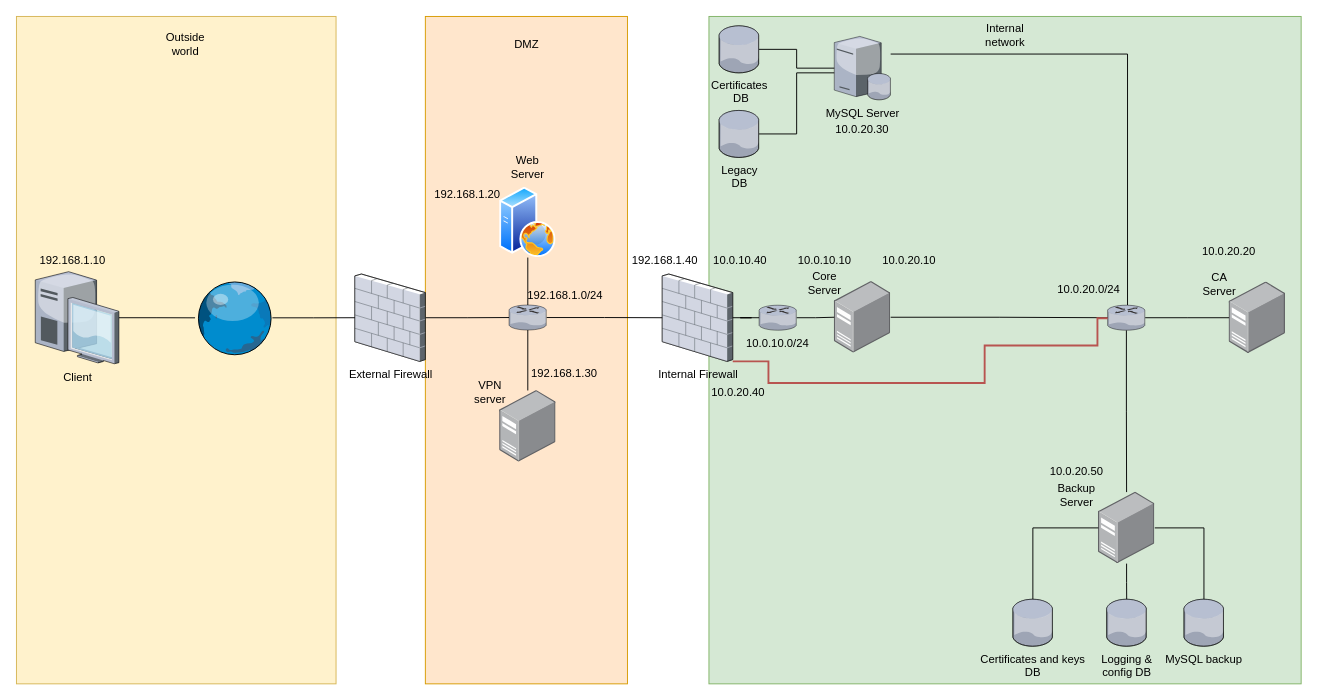
Earlier version of the draw.io diagram doc/network_plan/sketch_network.drawio (ManuelMeinen/Applied-Security-Lab). Source tidied: cells renumbered, new cells numbered last; positions are measured from the earlier drawing's top-left corner, leaving out a move shared by most shapes. Both pictures are drawn from the tidied source at 94%, with x=0, y=0 at pixel (16, 16).
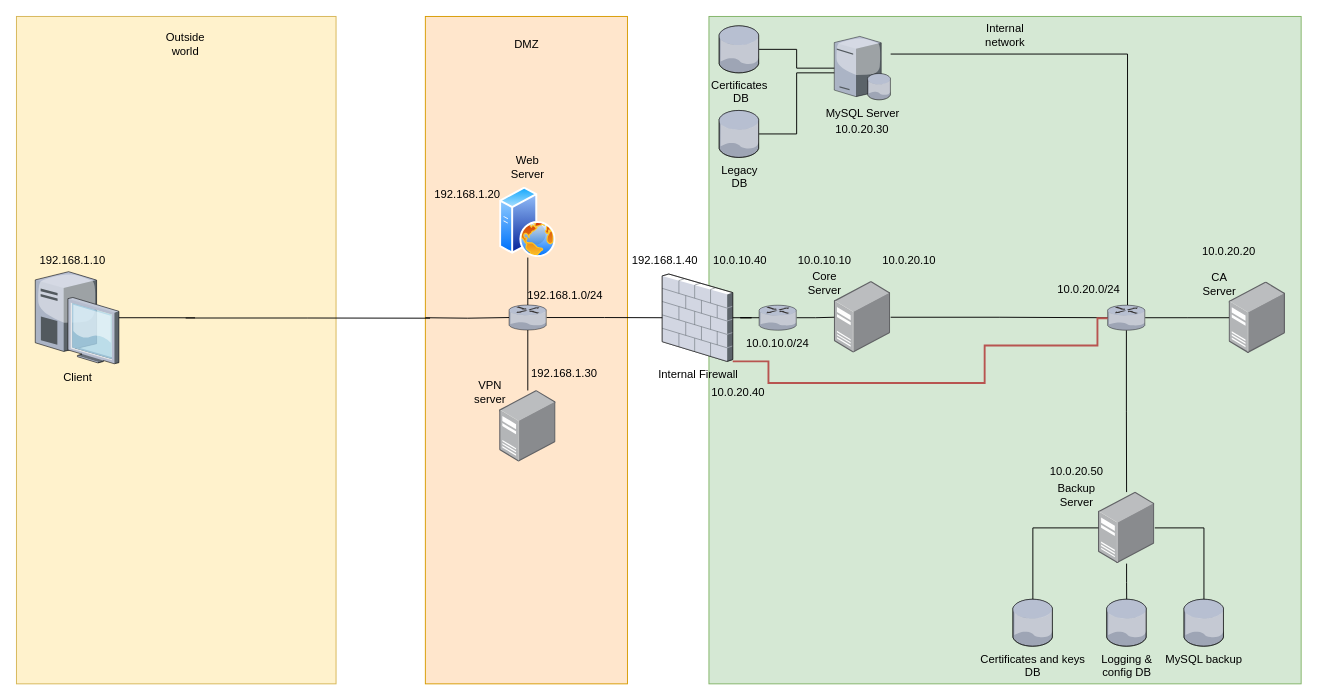
The same page after the edit.

The change refers to these unchanged cells:
```xml
<mxCell id="6" value="Client" style="verticalLabelPosition=bottom;html=1;verticalAlign=top;strokeColor=none;align=center;outlineConnect=0;shape=mxgraph.citrix.desktop;" parent="1" vertex="1">
  <mxGeometry x="20" y="271.5" width="89" height="98" as="geometry" />
</mxCell>
<mxCell id="55" style="verticalLabelPosition=bottom;html=1;verticalAlign=top;strokeColor=none;align=center;outlineConnect=0;shape=mxgraph.citrix.router;" parent="1" vertex="1">
  <mxGeometry x="524" y="307" width="40" height="26.6" as="geometry" />
</mxCell>
```

The edit, as a diff of the source:
```diff
@@
-    <mxCell id="5" style="edgeStyle=orthogonalEdgeStyle;rounded=0;jettySize=auto;html=1;endArrow=none;endFill=0;" parent="1" edge="1" source="6" target="23">
-      <mxGeometry relative="1" as="geometry" />
+    <mxCell id="5" style="edgeStyle=orthogonalEdgeStyle;rounded=0;jettySize=auto;html=1;endArrow=none;endFill=0;" parent="1" edge="1" source="6">
+      <mxGeometry relative="1" as="geometry">
+        <mxPoint x="190" y="320.6" as="targetPoint" />
+      </mxGeometry>
     </mxCell>
@@
-    <mxCell id="7" style="edgeStyle=orthogonalEdgeStyle;rounded=0;jettySize=auto;html=1;endArrow=none;endFill=0;" parent="1" edge="1" source="8" target="55">
-      <mxGeometry relative="1" as="geometry" />
+    <mxCell id="7" style="edgeStyle=orthogonalEdgeStyle;rounded=0;jettySize=auto;html=1;endArrow=none;endFill=0;" parent="1" edge="1" target="55">
+      <mxGeometry relative="1" as="geometry">
+        <mxPoint x="435" y="320.5" as="sourcePoint" />
+      </mxGeometry>
     </mxCell>
-    <mxCell id="8" value="External Firewall" style="verticalLabelPosition=bottom;html=1;verticalAlign=top;strokeColor=none;align=center;outlineConnect=0;shape=mxgraph.citrix.firewall;" parent="1" vertex="1">
-      <mxGeometry x="360" y="274" width="75" height="93" as="geometry" />
-    </mxCell>
@@
-    <mxCell id="22" style="edgeStyle=orthogonalEdgeStyle;rounded=0;jettySize=auto;html=1;endArrow=none;endFill=0;" parent="1" edge="1" source="23" target="8">
-      <mxGeometry relative="1" as="geometry" />
+    <mxCell id="22" style="edgeStyle=orthogonalEdgeStyle;rounded=0;orthogonalLoop=1;jettySize=auto;html=1;endArrow=none;endFill=0;" parent="1" edge="1">
+      <mxGeometry relative="1" as="geometry">
+        <mxPoint x="180" y="320.8" as="sourcePoint" />
+        <mxPoint x="440" y="321" as="targetPoint" />
+        <Array as="points">
+          <mxPoint x="310" y="321" />
+          <mxPoint x="310" y="321" />
+        </Array>
+      </mxGeometry>
     </mxCell>
-    <mxCell id="23" style="verticalLabelPosition=bottom;html=1;verticalAlign=top;strokeColor=none;align=center;outlineConnect=0;shape=mxgraph.citrix.globe;" parent="1" vertex="1">
-      <mxGeometry x="190" y="281.2" width="82.3" height="78.7" as="geometry" />
-    </mxCell>
```
